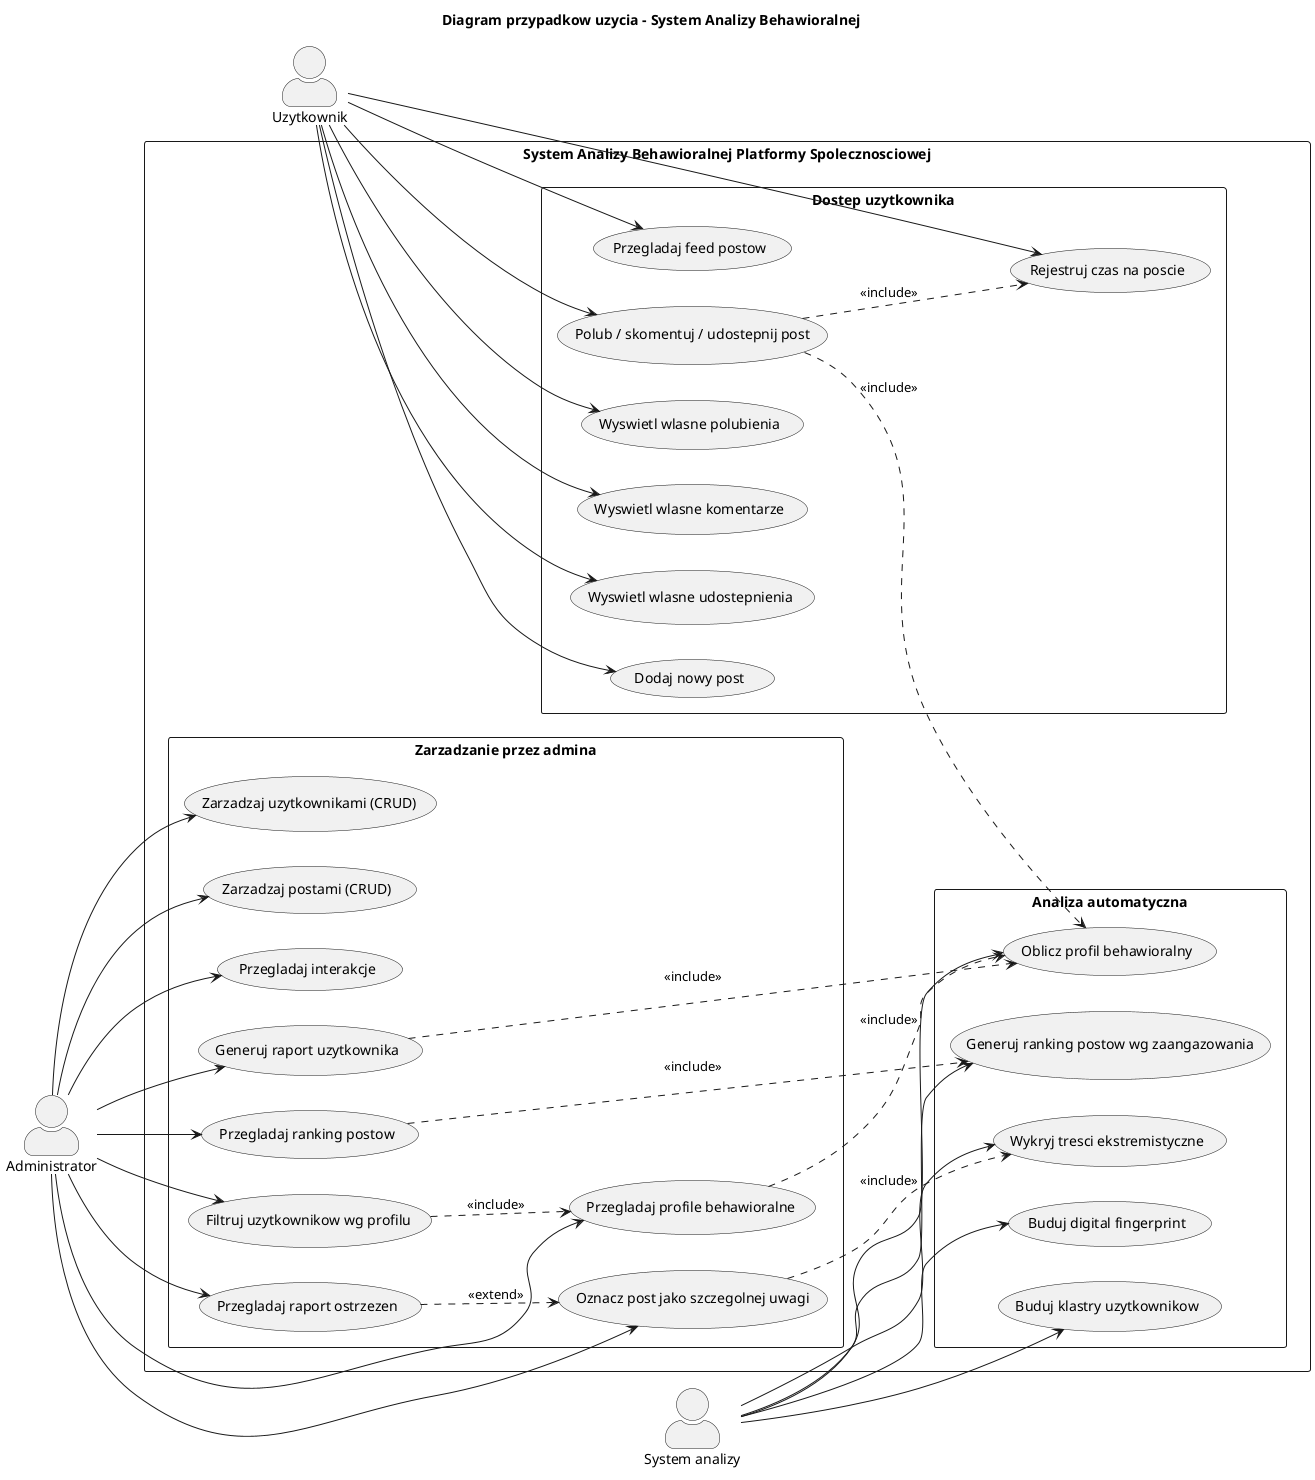
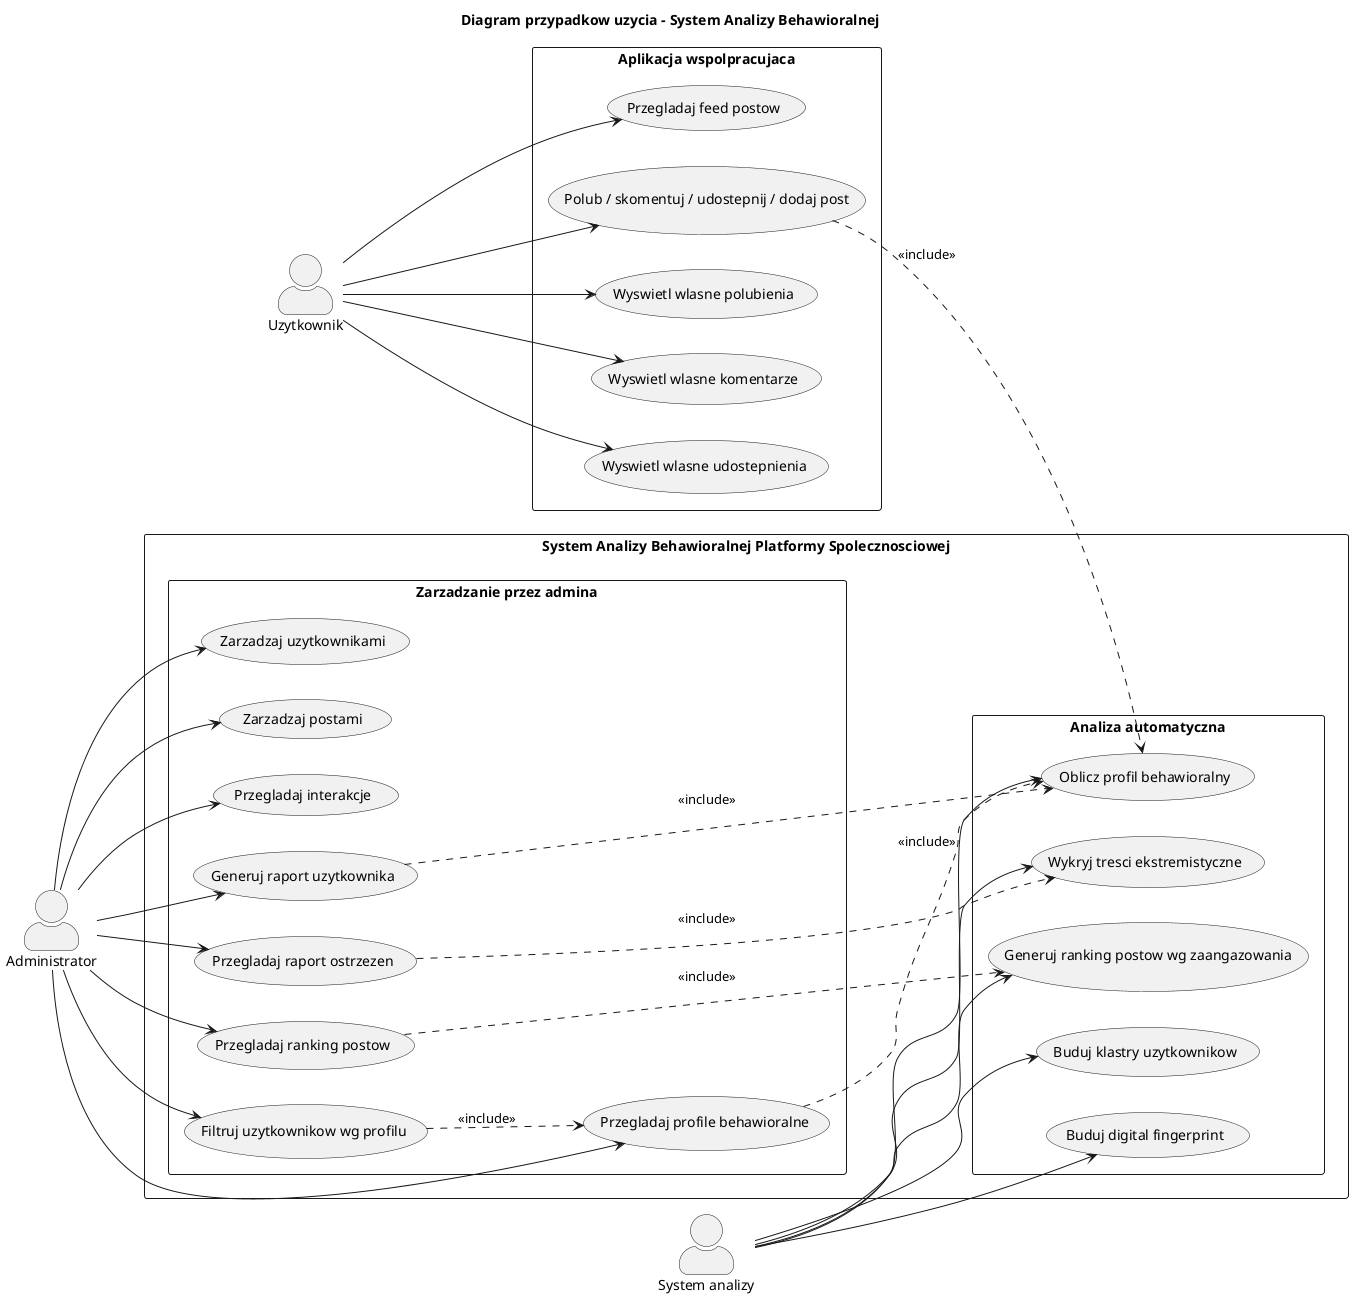
@startuml
title Diagram przypadkow uzycia – System Analizy Behawioralnej
- 
left to right direction
skinparam actorStyle awesome
skinparam packageStyle rectangle

actor "Uzytkownik" as U
actor "Administrator" as A
actor "System analizy" as S

- rectangle "System Analizy Behawioralnej Platformy Spolecznosciowej" {
- 
-   package "Dostep uzytkownika" {
-     usecase "Przegladaj feed postow"             as UC1
-     usecase "Polub / skomentuj / udostepnij post" as UC2
-     usecase "Rejestruj czas na poscie"           as UC3
-     usecase "Wyswietl wlasne polubienia"         as UC4
-     usecase "Wyswietl wlasne komentarze"         as UC5
-     usecase "Wyswietl wlasne udostepnienia"      as UC6
-     usecase "Dodaj nowy post"                    as UC7
+   package "Aplikacja wspolpracujaca" {
+     usecase "Przegladaj feed postow"                      as UC1
+     usecase "Polub / skomentuj / udostepnij / dodaj post" as UC2
+     usecase "Wyswietl wlasne polubienia"                  as UC3
+     usecase "Wyswietl wlasne komentarze"                  as UC4
+     usecase "Wyswietl wlasne udostepnienia"               as UC5
  }

+ rectangle "System Analizy Behawioralnej Platformy Spolecznosciowej" {
  package "Zarzadzanie przez admina" {
-     usecase "Zarzadzaj uzytkownikami (CRUD)"         as UC8
-     usecase "Zarzadzaj postami (CRUD)"               as UC9
-     usecase "Przegladaj interakcje"                  as UC10
-     usecase "Przegladaj profile behawioralne"         as UC11
-     usecase "Filtruj uzytkownikow wg profilu"         as UC12
-     usecase "Oznacz post jako szczegolnej uwagi"      as UC13
-     usecase "Przegladaj raport ostrzezen"             as UC14
-     usecase "Generuj raport uzytkownika"              as UC15
-     usecase "Przegladaj ranking postow"               as UC16
+     usecase "Zarzadzaj uzytkownikami"              as UC6
+     usecase "Zarzadzaj postami"                    as UC7
+     usecase "Przegladaj interakcje"                as UC8
+     usecase "Przegladaj profile behawioralne"      as UC9
+     usecase "Filtruj uzytkownikow wg profilu"      as UC10
+     usecase "Przegladaj raport ostrzezen"          as UC11
+     usecase "Generuj raport uzytkownika"           as UC12
+     usecase "Przegladaj ranking postow"            as UC13
  }
- 
  package "Analiza automatyczna" {
-     usecase "Oblicz profil behawioralny"         as UC17
-     usecase "Wykryj tresci ekstremistyczne"      as UC18
-     usecase "Buduj klastry uzytkownikow"         as UC19
-     usecase "Buduj digital fingerprint"          as UC20
-     usecase "Generuj ranking postow wg zaangazowania" as UC21
+     usecase "Oblicz profil behawioralny"                as UC14
+     usecase "Wykryj tresci ekstremistyczne"             as UC15
+     usecase "Buduj klastry uzytkownikow"                as UC16
+     usecase "Buduj digital fingerprint"                 as UC17
+     usecase "Generuj ranking postow wg zaangazowania"   as UC18
  }
}

U --> UC1
U --> UC2
U --> UC3
U --> UC4
U --> UC5
- U --> UC6
- U --> UC7

+ A --> UC6
+ A --> UC7
A --> UC8
A --> UC9
A --> UC10
A --> UC11
A --> UC12
A --> UC13
- A --> UC14
- A --> UC15
- A --> UC16

+ S --> UC14
+ S --> UC15
+ S --> UC16
S --> UC17
S --> UC18
- S --> UC19
- S --> UC20
- S --> UC21

- UC2  ..> UC17 : <<include>>
- UC2  ..> UC3  : <<include>>
- UC11 ..> UC17 : <<include>>
+ UC2  ..> UC14 : <<include>>
+ UC9  ..> UC14 : <<include>>
+ UC11 ..> UC15 : <<include>>
+ UC12 ..> UC14 : <<include>>
+ UC10 ..> UC9  : <<include>>
UC13 ..> UC18 : <<include>>
- UC15 ..> UC17 : <<include>>
- UC12 ..> UC11 : <<include>>
- UC14 ..> UC13 : <<extend>>
- UC16 ..> UC21 : <<include>>
+ 
@enduml
